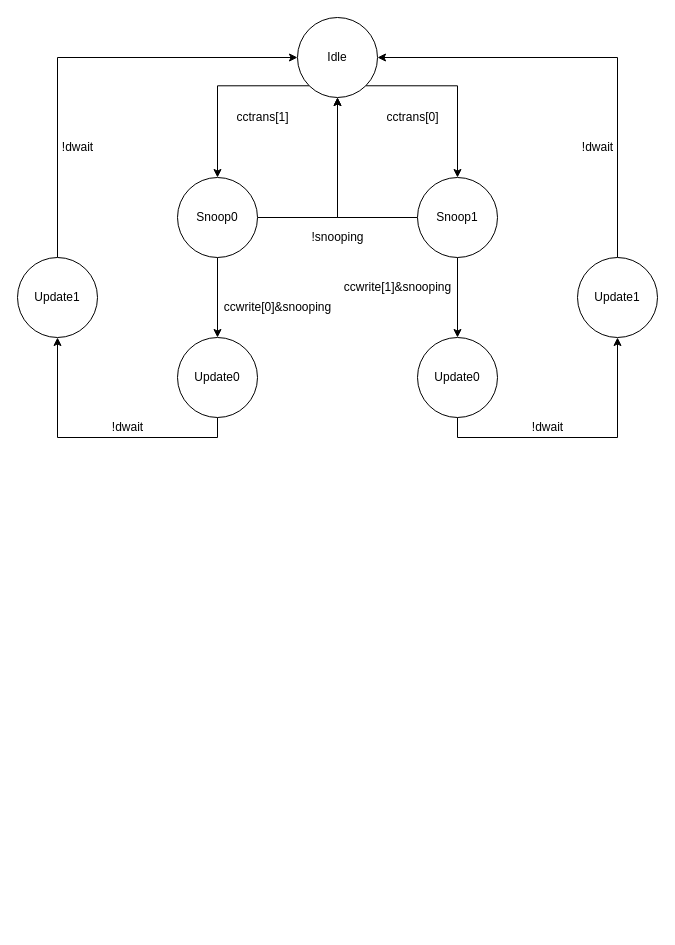
This is page "Page-1" (1 of 2) of multi.drawio from dsrasheed/ece437, a draw.io file, before an edit. Source tidied: cells renumbered, new cells numbered last; positions are measured from the earlier drawing's top-left corner, leaving out a move shared by most shapes. Both pictures are drawn from the tidied source at 100%, with x=0, y=0 at pixel (17, 17).
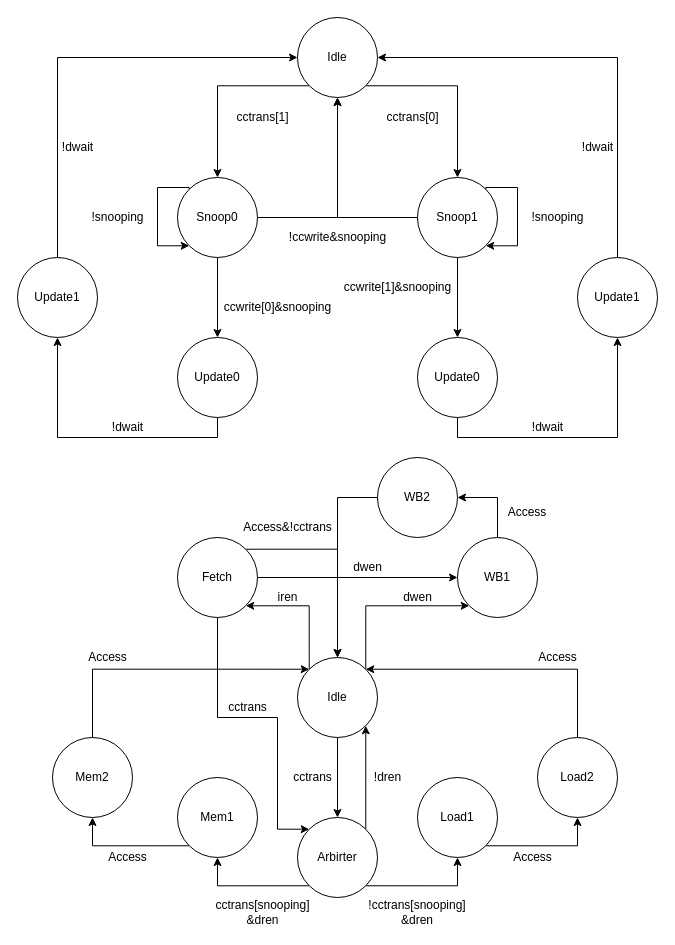
After the change.

Unchanged cells that the change refers to:
```xml
<mxCell id="7" value="Snoop0" style="ellipse;whiteSpace=wrap;html=1;" parent="1" vertex="1">
  <mxGeometry x="160" y="160" width="80" height="80" as="geometry" />
</mxCell>
<mxCell id="10" value="Snoop1" style="ellipse;whiteSpace=wrap;html=1;" parent="1" vertex="1">
  <mxGeometry x="400" y="160" width="80" height="80" as="geometry" />
</mxCell>
```

What changed in the source:
```diff
@@
-    <mxCell id="25" value="!snooping" style="text;html=1;align=center;verticalAlign=middle;strokeColor=none;fillColor=none;" parent="1" vertex="1">
-      <mxGeometry x="285" y="210" width="70" height="20" as="geometry" />
+    <mxCell id="25" value="!ccwrite&amp;amp;snooping" style="text;html=1;align=center;verticalAlign=middle;strokeColor=none;fillColor=none;" parent="1" vertex="1">
+      <mxGeometry x="265" y="210" width="110" height="20" as="geometry" />
     </mxCell>
@@
+    <mxCell id="28" style="edgeStyle=orthogonalEdgeStyle;rounded=0;jettySize=auto;html=1;exitX=0.5;exitY=0;exitDx=0;exitDy=0;entryX=0;entryY=0;entryDx=0;entryDy=0;" parent="1" edge="1" source="42" target="33">
+      <mxGeometry relative="1" as="geometry" />
+    </mxCell>
+    <mxCell id="29" style="edgeStyle=orthogonalEdgeStyle;rounded=0;jettySize=auto;html=1;exitX=0.5;exitY=0;exitDx=0;exitDy=0;entryX=1;entryY=0;entryDx=0;entryDy=0;" parent="1" edge="1" source="43" target="33">
+      <mxGeometry relative="1" as="geometry" />
+    </mxCell>
+    <mxCell id="30" style="edgeStyle=orthogonalEdgeStyle;rounded=0;jettySize=auto;html=1;exitX=0.5;exitY=1;exitDx=0;exitDy=0;" parent="1" edge="1" source="33" target="37">
+      <mxGeometry relative="1" as="geometry" />
+    </mxCell>
+    <mxCell id="31" style="edgeStyle=orthogonalEdgeStyle;rounded=0;jettySize=auto;html=1;exitX=0;exitY=0;exitDx=0;exitDy=0;entryX=1;entryY=1;entryDx=0;entryDy=0;" parent="1" edge="1" source="33" target="51">
+      <mxGeometry relative="1" as="geometry">
+        <Array as="points">
+          <mxPoint x="292" y="588" />
+        </Array>
+      </mxGeometry>
+    </mxCell>
+    <mxCell id="32" style="edgeStyle=orthogonalEdgeStyle;rounded=0;jettySize=auto;html=1;exitX=1;exitY=0;exitDx=0;exitDy=0;entryX=0;entryY=1;entryDx=0;entryDy=0;" parent="1" edge="1" source="33" target="45">
+      <mxGeometry relative="1" as="geometry">
+        <Array as="points">
+          <mxPoint x="348" y="588" />
+        </Array>
+      </mxGeometry>
+    </mxCell>
+    <mxCell id="33" value="Idle" style="ellipse;whiteSpace=wrap;html=1;" parent="1" vertex="1">
+      <mxGeometry x="280" y="640" width="80" height="80" as="geometry" />
+    </mxCell>
+    <mxCell id="34" style="edgeStyle=orthogonalEdgeStyle;rounded=0;jettySize=auto;html=1;exitX=1;exitY=1;exitDx=0;exitDy=0;entryX=0.5;entryY=1;entryDx=0;entryDy=0;" parent="1" edge="1" source="37" target="41">
+      <mxGeometry relative="1" as="geometry" />
+    </mxCell>
+    <mxCell id="35" style="edgeStyle=orthogonalEdgeStyle;rounded=0;jettySize=auto;html=1;exitX=0;exitY=1;exitDx=0;exitDy=0;entryX=0.5;entryY=1;entryDx=0;entryDy=0;" parent="1" edge="1" source="37" target="39">
+      <mxGeometry relative="1" as="geometry" />
+    </mxCell>
+    <mxCell id="36" style="edgeStyle=orthogonalEdgeStyle;rounded=0;jettySize=auto;html=1;exitX=1;exitY=0;exitDx=0;exitDy=0;entryX=1;entryY=1;entryDx=0;entryDy=0;" parent="1" edge="1" source="37" target="33">
+      <mxGeometry relative="1" as="geometry" />
+    </mxCell>
+    <mxCell id="37" value="Arbirter" style="ellipse;whiteSpace=wrap;html=1;" parent="1" vertex="1">
+      <mxGeometry x="280" y="800" width="80" height="80" as="geometry" />
+    </mxCell>
+    <mxCell id="38" style="edgeStyle=orthogonalEdgeStyle;rounded=0;jettySize=auto;html=1;exitX=0;exitY=1;exitDx=0;exitDy=0;entryX=0.5;entryY=1;entryDx=0;entryDy=0;" parent="1" edge="1" source="39" target="42">
+      <mxGeometry relative="1" as="geometry" />
+    </mxCell>
+    <mxCell id="39" value="Mem1" style="ellipse;whiteSpace=wrap;html=1;" parent="1" vertex="1">
+      <mxGeometry x="160" y="760" width="80" height="80" as="geometry" />
+    </mxCell>
+    <mxCell id="40" style="edgeStyle=orthogonalEdgeStyle;rounded=0;jettySize=auto;html=1;exitX=1;exitY=1;exitDx=0;exitDy=0;entryX=0.5;entryY=1;entryDx=0;entryDy=0;" parent="1" edge="1" source="41" target="43">
+      <mxGeometry relative="1" as="geometry" />
+    </mxCell>
+    <mxCell id="41" value="Load1" style="ellipse;whiteSpace=wrap;html=1;" parent="1" vertex="1">
+      <mxGeometry x="400" y="760" width="80" height="80" as="geometry" />
+    </mxCell>
+    <mxCell id="42" value="Mem2" style="ellipse;whiteSpace=wrap;html=1;" parent="1" vertex="1">
+      <mxGeometry x="35" y="720" width="80" height="80" as="geometry" />
+    </mxCell>
+    <mxCell id="43" value="Load2" style="ellipse;whiteSpace=wrap;html=1;" parent="1" vertex="1">
+      <mxGeometry x="520" y="720" width="80" height="80" as="geometry" />
+    </mxCell>
+    <mxCell id="44" style="edgeStyle=orthogonalEdgeStyle;rounded=0;jettySize=auto;html=1;exitX=0.5;exitY=0;exitDx=0;exitDy=0;entryX=1;entryY=0.5;entryDx=0;entryDy=0;" parent="1" edge="1" source="45" target="47">
+      <mxGeometry relative="1" as="geometry" />
+    </mxCell>
+    <mxCell id="45" value="WB1" style="ellipse;whiteSpace=wrap;html=1;" parent="1" vertex="1">
+      <mxGeometry x="440" y="520" width="80" height="80" as="geometry" />
+    </mxCell>
+    <mxCell id="46" style="edgeStyle=orthogonalEdgeStyle;rounded=0;jettySize=auto;html=1;exitX=0;exitY=0.5;exitDx=0;exitDy=0;entryX=0.5;entryY=0;entryDx=0;entryDy=0;" parent="1" edge="1" source="47" target="33">
+      <mxGeometry relative="1" as="geometry" />
+    </mxCell>
+    <mxCell id="47" value="WB2" style="ellipse;whiteSpace=wrap;html=1;" parent="1" vertex="1">
+      <mxGeometry x="360" y="440" width="80" height="80" as="geometry" />
+    </mxCell>
+    <mxCell id="48" style="edgeStyle=orthogonalEdgeStyle;rounded=0;jettySize=auto;html=1;exitX=1;exitY=0;exitDx=0;exitDy=0;" parent="1" edge="1" source="51" target="33">
+      <mxGeometry relative="1" as="geometry" />
+    </mxCell>
+    <mxCell id="49" style="edgeStyle=orthogonalEdgeStyle;rounded=0;jettySize=auto;html=1;exitX=0.5;exitY=1;exitDx=0;exitDy=0;entryX=0;entryY=0;entryDx=0;entryDy=0;" parent="1" edge="1" source="51" target="37">
+      <mxGeometry relative="1" as="geometry">
+        <Array as="points">
+          <mxPoint x="200" y="700" />
+          <mxPoint x="260" y="700" />
+          <mxPoint x="260" y="812" />
+        </Array>
+      </mxGeometry>
+    </mxCell>
+    <mxCell id="50" style="edgeStyle=orthogonalEdgeStyle;rounded=0;jettySize=auto;html=1;exitX=1;exitY=0.5;exitDx=0;exitDy=0;entryX=0;entryY=0.5;entryDx=0;entryDy=0;" parent="1" edge="1" source="51" target="45">
+      <mxGeometry relative="1" as="geometry" />
+    </mxCell>
+    <mxCell id="51" value="Fetch" style="ellipse;whiteSpace=wrap;html=1;" parent="1" vertex="1">
+      <mxGeometry x="160" y="520" width="80" height="80" as="geometry" />
+    </mxCell>
+    <mxCell id="52" value="Access&amp;amp;!cctrans" style="text;html=1;align=center;verticalAlign=middle;strokeColor=none;fillColor=none;" parent="1" vertex="1">
+      <mxGeometry x="220" y="500" width="100" height="20" as="geometry" />
+    </mxCell>
+    <mxCell id="53" value="dwen" style="text;html=1;align=center;verticalAlign=middle;strokeColor=none;fillColor=none;" parent="1" vertex="1">
+      <mxGeometry x="330" y="540" width="40" height="20" as="geometry" />
+    </mxCell>
+    <mxCell id="54" value="dwen" style="text;html=1;align=center;verticalAlign=middle;strokeColor=none;fillColor=none;" parent="1" vertex="1">
+      <mxGeometry x="380" y="570" width="40" height="20" as="geometry" />
+    </mxCell>
+    <mxCell id="55" value="iren" style="text;html=1;align=center;verticalAlign=middle;strokeColor=none;fillColor=none;" parent="1" vertex="1">
+      <mxGeometry x="250" y="570" width="40" height="20" as="geometry" />
+    </mxCell>
+    <mxCell id="56" value="cctrans" style="text;html=1;align=center;verticalAlign=middle;strokeColor=none;fillColor=none;" parent="1" vertex="1">
+      <mxGeometry x="270" y="750" width="50" height="20" as="geometry" />
+    </mxCell>
+    <mxCell id="57" value="!cctrans[snooping]&lt;br&gt;&amp;amp;dren" style="text;html=1;strokeColor=none;fillColor=none;align=center;verticalAlign=middle;whiteSpace=wrap;rounded=0;" parent="1" vertex="1">
+      <mxGeometry x="370" y="880" width="60" height="30" as="geometry" />
+    </mxCell>
+    <mxCell id="58" value="cctrans[snooping]&lt;br&gt;&amp;amp;dren" style="text;html=1;align=center;verticalAlign=middle;strokeColor=none;fillColor=none;" parent="1" vertex="1">
+      <mxGeometry x="190" y="880" width="110" height="30" as="geometry" />
+    </mxCell>
+    <mxCell id="59" value="Access" style="text;html=1;strokeColor=none;fillColor=none;align=center;verticalAlign=middle;whiteSpace=wrap;rounded=0;" parent="1" vertex="1">
+      <mxGeometry x="480" y="480" width="60" height="30" as="geometry" />
+    </mxCell>
+    <mxCell id="60" value="Access" style="text;html=1;align=center;verticalAlign=middle;strokeColor=none;fillColor=none;" parent="1" vertex="1">
+      <mxGeometry x="490" y="830" width="50" height="20" as="geometry" />
+    </mxCell>
+    <mxCell id="61" value="Access" style="text;html=1;align=center;verticalAlign=middle;strokeColor=none;fillColor=none;" parent="1" vertex="1">
+      <mxGeometry x="85" y="830" width="50" height="20" as="geometry" />
+    </mxCell>
+    <mxCell id="62" value="Access" style="text;html=1;align=center;verticalAlign=middle;strokeColor=none;fillColor=none;" parent="1" vertex="1">
+      <mxGeometry x="65" y="630" width="50" height="20" as="geometry" />
+    </mxCell>
+    <mxCell id="63" value="Access" style="text;html=1;align=center;verticalAlign=middle;strokeColor=none;fillColor=none;" parent="1" vertex="1">
+      <mxGeometry x="515" y="630" width="50" height="20" as="geometry" />
+    </mxCell>
+    <mxCell id="64" value="cctrans" style="text;html=1;align=center;verticalAlign=middle;strokeColor=none;fillColor=none;" parent="1" vertex="1">
+      <mxGeometry x="205" y="680" width="50" height="20" as="geometry" />
+    </mxCell>
+    <mxCell id="65" style="edgeStyle=orthogonalEdgeStyle;rounded=0;orthogonalLoop=1;jettySize=auto;html=1;exitX=1;exitY=0;exitDx=0;exitDy=0;entryX=1;entryY=1;entryDx=0;entryDy=0;" parent="1" edge="1" source="10" target="10">
+      <mxGeometry relative="1" as="geometry">
+        <Array as="points">
+          <mxPoint x="468" y="170" />
+          <mxPoint x="500" y="170" />
+          <mxPoint x="500" y="228" />
+        </Array>
+      </mxGeometry>
+    </mxCell>
+    <mxCell id="66" style="edgeStyle=orthogonalEdgeStyle;rounded=0;orthogonalLoop=1;jettySize=auto;html=1;exitX=0;exitY=0;exitDx=0;exitDy=0;entryX=0;entryY=1;entryDx=0;entryDy=0;" parent="1" edge="1" source="7" target="7">
+      <mxGeometry relative="1" as="geometry">
+        <Array as="points">
+          <mxPoint x="172" y="170" />
+          <mxPoint x="140" y="170" />
+          <mxPoint x="140" y="228" />
+        </Array>
+      </mxGeometry>
+    </mxCell>
+    <mxCell id="67" value="!snooping" style="text;html=1;align=center;verticalAlign=middle;strokeColor=none;fillColor=none;" parent="1" vertex="1">
+      <mxGeometry x="505" y="190" width="70" height="20" as="geometry" />
+    </mxCell>
+    <mxCell id="68" value="!snooping" style="text;html=1;align=center;verticalAlign=middle;strokeColor=none;fillColor=none;" parent="1" vertex="1">
+      <mxGeometry x="65" y="190" width="70" height="20" as="geometry" />
+    </mxCell>
+    <mxCell id="69" value="!dren" style="text;html=1;align=center;verticalAlign=middle;strokeColor=none;fillColor=none;" parent="1" vertex="1">
+      <mxGeometry x="350" y="750" width="40" height="20" as="geometry" />
+    </mxCell>
```
